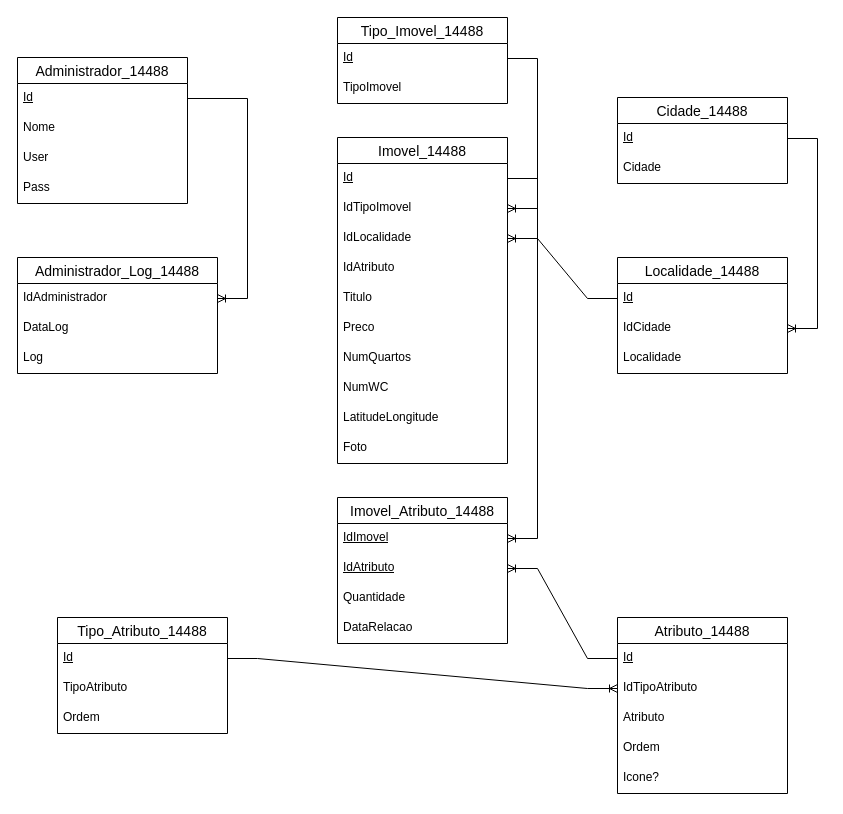
This is 2P-PROG-UFCD-0811-TRABALHO1-14488.drawio from VascoMatos/diagramas, a draw.io file, before an edit. Source tidied: cells renumbered, new cells numbered last; positions are measured from the earlier drawing's top-left corner, leaving out a move shared by most shapes. Both pictures are drawn from the tidied source at 100%, with x=0, y=0 at pixel (17, 17).
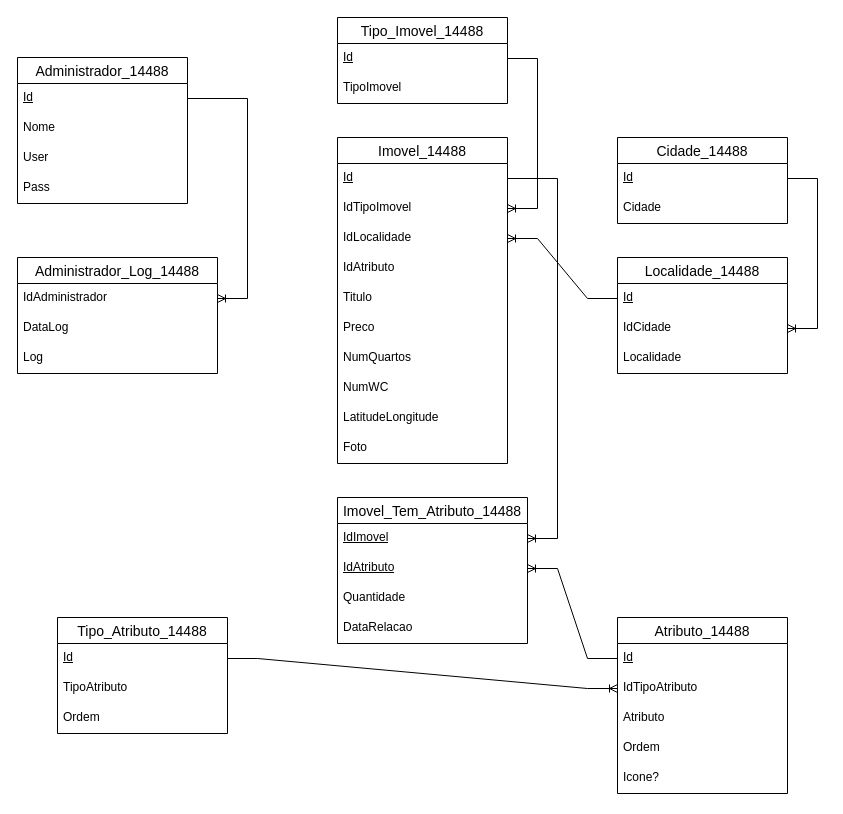
The same diagram, later.

Diff of the diagram source:
```diff
@@
     <mxCell id="28" value="Cidade_14488" style="swimlane;fontStyle=0;horizontal=1;startSize=26;align=center;fontSize=14;" parent="1" vertex="1">
-      <mxGeometry x="600" y="80" width="170" height="86" as="geometry" />
+      <mxGeometry x="600" y="120" width="170" height="86" as="geometry" />
     </mxCell>
@@
-    <mxCell id="47" value="Imovel_Atributo_14488" style="swimlane;fontStyle=0;horizontal=1;startSize=26;align=center;fontSize=14;" parent="1" vertex="1">
-      <mxGeometry x="320" y="480" width="170" height="146" as="geometry" />
+    <mxCell id="47" value="Imovel_Tem_Atributo_14488" style="swimlane;fontStyle=0;horizontal=1;startSize=26;align=center;fontSize=14;" parent="1" vertex="1">
+      <mxGeometry x="320" y="480" width="190" height="146" as="geometry" />
     </mxCell>
     <mxCell id="48" value="&lt;u&gt;IdImovel&lt;/u&gt;" style="text;strokeColor=none;fillColor=none;spacingLeft=4;spacingRight=4;overflow=hidden;points=[[0,0.5],[1,0.5]];portConstraint=eastwest;fontSize=12;whiteSpace=wrap;html=1;" parent="47" vertex="1">
-      <mxGeometry y="26" width="170" height="30" as="geometry" />
+      <mxGeometry y="26" width="190" height="30" as="geometry" />
     </mxCell>
     <mxCell id="49" value="&lt;u&gt;IdAtributo&lt;/u&gt;" style="text;strokeColor=none;fillColor=none;spacingLeft=4;spacingRight=4;overflow=hidden;points=[[0,0.5],[1,0.5]];portConstraint=eastwest;fontSize=12;whiteSpace=wrap;html=1;" parent="47" vertex="1">
-      <mxGeometry y="56" width="170" height="30" as="geometry" />
+      <mxGeometry y="56" width="190" height="30" as="geometry" />
     </mxCell>
     <mxCell id="50" value="Quantidade" style="text;strokeColor=none;fillColor=none;spacingLeft=4;spacingRight=4;overflow=hidden;fontSize=12;whiteSpace=wrap;html=1;" parent="47" vertex="1">
-      <mxGeometry y="86" width="170" height="30" as="geometry" />
+      <mxGeometry y="86" width="190" height="30" as="geometry" />
     </mxCell>
     <mxCell id="51" value="DataRelacao" style="text;strokeColor=none;fillColor=none;spacingLeft=4;spacingRight=4;overflow=hidden;fontSize=12;whiteSpace=wrap;html=1;" parent="47" vertex="1">
-      <mxGeometry y="116" width="170" height="30" as="geometry" />
+      <mxGeometry y="116" width="190" height="30" as="geometry" />
     </mxCell>
```
